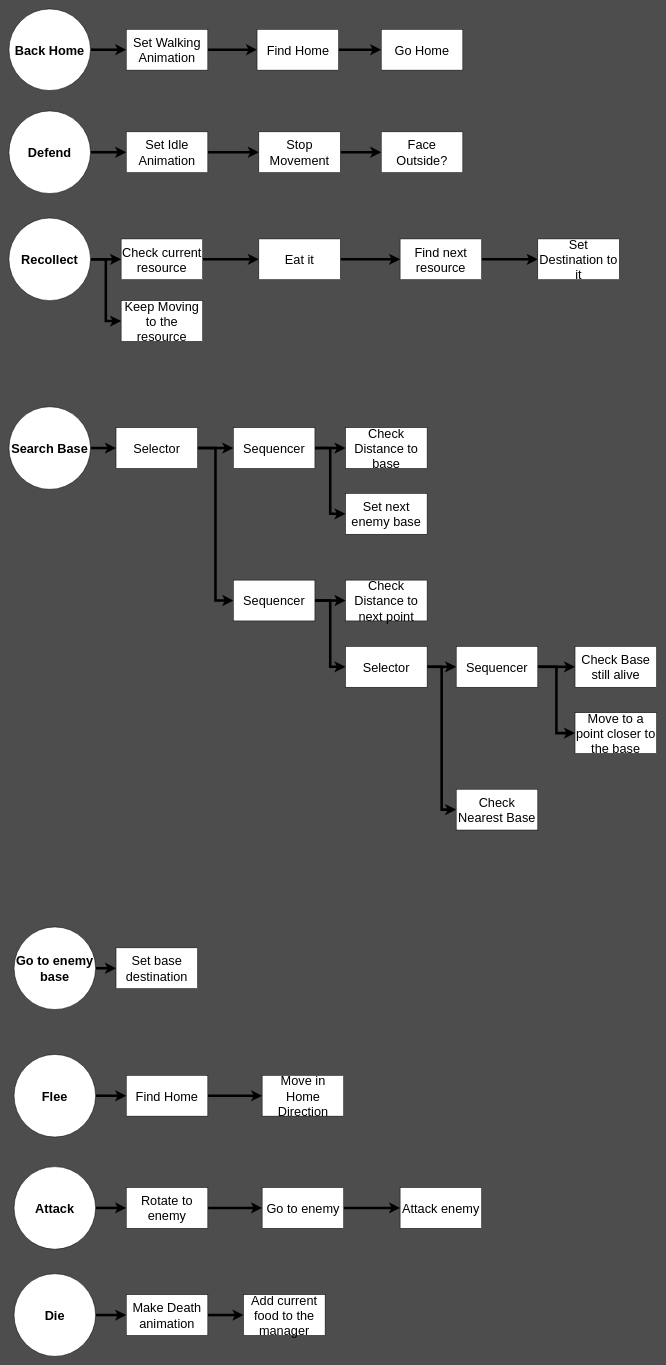
Earlier version of the draw.io diagram page "Actions" (3 of 5) of Design/Ant.drawio (arturo101199/GardenBattle). Source tidied: cells renumbered, new cells numbered last; positions are measured from the earlier drawing's top-left corner, leaving out a move shared by most shapes. Both pictures are drawn from the tidied source at 51%, with x=0, y=0 at pixel (9, 9).
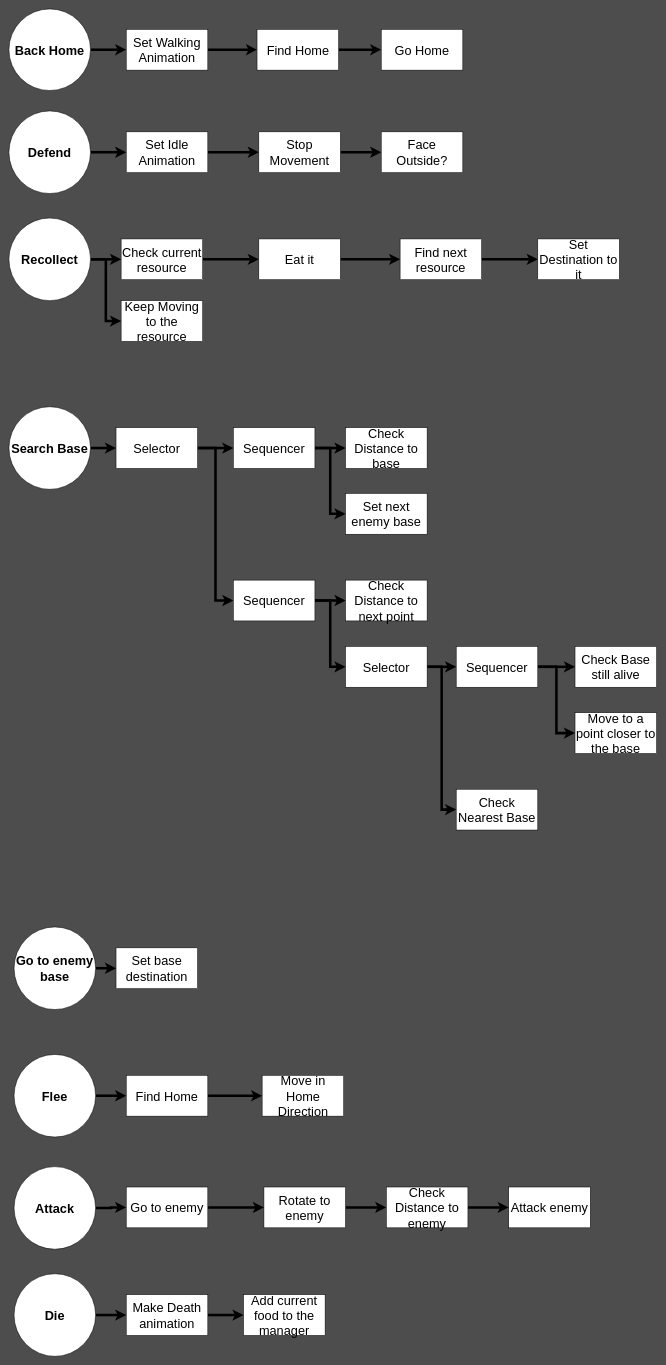
After the change.

Unchanged cells that the change refers to:
```xml
<mxCell id="36" value="&lt;font style=&quot;font-size: 25px&quot;&gt;&lt;b&gt;Attack&lt;br&gt;&lt;/b&gt;&lt;/font&gt;" style="ellipse;whiteSpace=wrap;html=1;" parent="1" vertex="1">
  <mxGeometry x="10" y="2270" width="160" height="162" as="geometry" />
</mxCell>
```

What changed in the source:
```diff
@@
-    <mxCell id="35" style="edgeStyle=orthogonalEdgeStyle;rounded=0;jettySize=auto;html=1;exitX=1;exitY=0.5;exitDx=0;exitDy=0;entryX=0;entryY=0.5;entryDx=0;entryDy=0;strokeWidth=5;" parent="1" edge="1" source="36" target="38">
-      <mxGeometry relative="1" as="geometry" />
-    </mxCell>
+    <mxCell id="70" style="edgeStyle=orthogonalEdgeStyle;rounded=0;jettySize=auto;html=1;exitX=1;exitY=0.5;exitDx=0;exitDy=0;entryX=0;entryY=0.5;entryDx=0;entryDy=0;strokeWidth=5;" parent="1" edge="1" source="36" target="40">
+      <mxGeometry relative="1" as="geometry" />
+    </mxCell>
@@
-    <mxCell id="37" style="edgeStyle=orthogonalEdgeStyle;rounded=0;jettySize=auto;html=1;exitX=1;exitY=0.5;exitDx=0;exitDy=0;entryX=0;entryY=0.5;entryDx=0;entryDy=0;strokeWidth=5;" parent="1" edge="1" source="38" target="40">
-      <mxGeometry relative="1" as="geometry" />
-    </mxCell>
+    <mxCell id="71" style="edgeStyle=orthogonalEdgeStyle;rounded=0;jettySize=auto;html=1;exitX=1;exitY=0.5;exitDx=0;exitDy=0;strokeWidth=5;" parent="1" edge="1" source="38" target="74">
+      <mxGeometry relative="1" as="geometry" />
+    </mxCell>
     <mxCell id="38" value="&lt;font style=&quot;font-size: 25px&quot;&gt;Rotate to enemy&lt;/font&gt;" style="rounded=0;whiteSpace=wrap;html=1;" parent="1" vertex="1">
-      <mxGeometry x="230" y="2311" width="160" height="80" as="geometry" />
+      <mxGeometry x="500" y="2310" width="160" height="80" as="geometry" />
     </mxCell>
-    <mxCell id="39" style="edgeStyle=orthogonalEdgeStyle;rounded=0;jettySize=auto;html=1;exitX=1;exitY=0.5;exitDx=0;exitDy=0;strokeWidth=5;entryX=0;entryY=0.5;entryDx=0;entryDy=0;" parent="1" edge="1" source="40" target="69">
-      <mxGeometry relative="1" as="geometry" />
-    </mxCell>
+    <mxCell id="72" style="edgeStyle=orthogonalEdgeStyle;rounded=0;jettySize=auto;html=1;exitX=1;exitY=0.5;exitDx=0;exitDy=0;entryX=0;entryY=0.5;entryDx=0;entryDy=0;strokeWidth=5;" parent="1" edge="1" source="40" target="38">
+      <mxGeometry relative="1" as="geometry" />
+    </mxCell>
     <mxCell id="40" value="&lt;font style=&quot;font-size: 25px&quot;&gt;Go to enemy&lt;/font&gt;" style="rounded=0;whiteSpace=wrap;html=1;" parent="1" vertex="1">
-      <mxGeometry x="496.5" y="2311" width="160" height="80" as="geometry" />
+      <mxGeometry x="230" y="2310" width="160" height="80" as="geometry" />
     </mxCell>
@@
     <mxCell id="69" value="&lt;font style=&quot;font-size: 25px&quot;&gt;Attack enemy&lt;/font&gt;" style="rounded=0;whiteSpace=wrap;html=1;" parent="1" vertex="1">
-      <mxGeometry x="767" y="2311" width="160" height="80" as="geometry" />
+      <mxGeometry x="980" y="2310" width="160" height="80" as="geometry" />
     </mxCell>
+    <mxCell id="73" style="edgeStyle=orthogonalEdgeStyle;rounded=0;jettySize=auto;html=1;exitX=1;exitY=0.5;exitDx=0;exitDy=0;entryX=0;entryY=0.5;entryDx=0;entryDy=0;strokeWidth=5;" parent="1" edge="1" source="74" target="69">
+      <mxGeometry relative="1" as="geometry" />
+    </mxCell>
+    <mxCell id="74" value="&lt;font style=&quot;font-size: 25px&quot;&gt;Check Distance to enemy&lt;/font&gt;" style="rounded=0;whiteSpace=wrap;html=1;" parent="1" vertex="1">
+      <mxGeometry x="740" y="2310" width="160" height="80" as="geometry" />
+    </mxCell>
```
